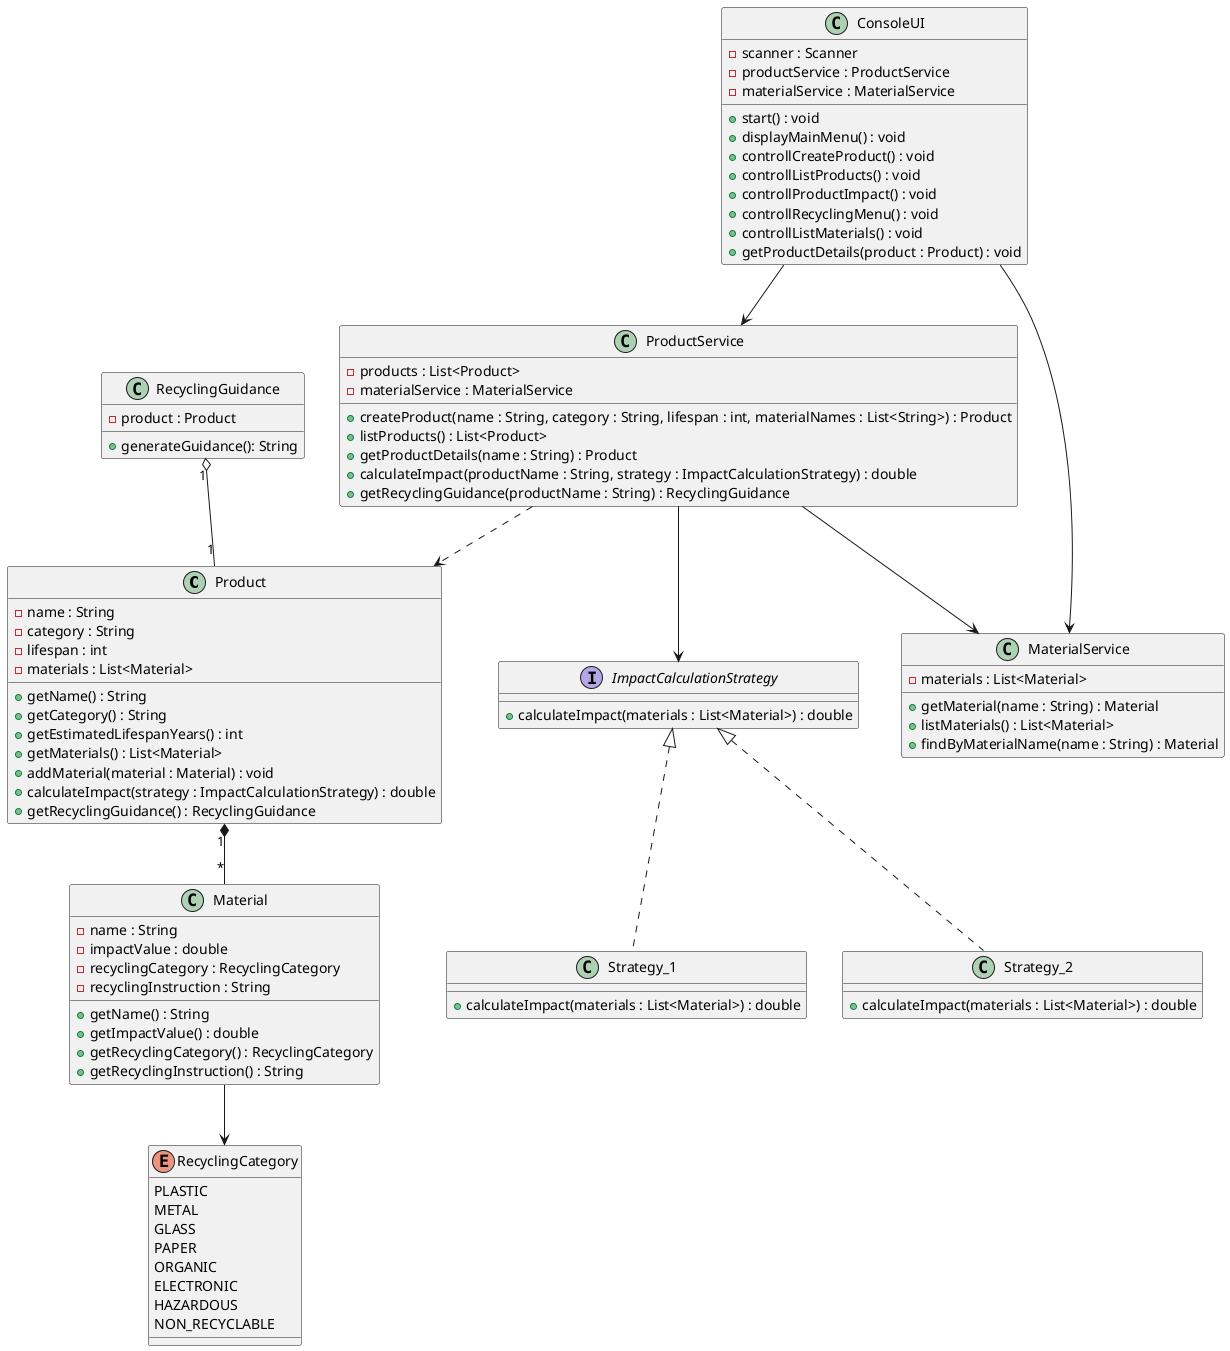
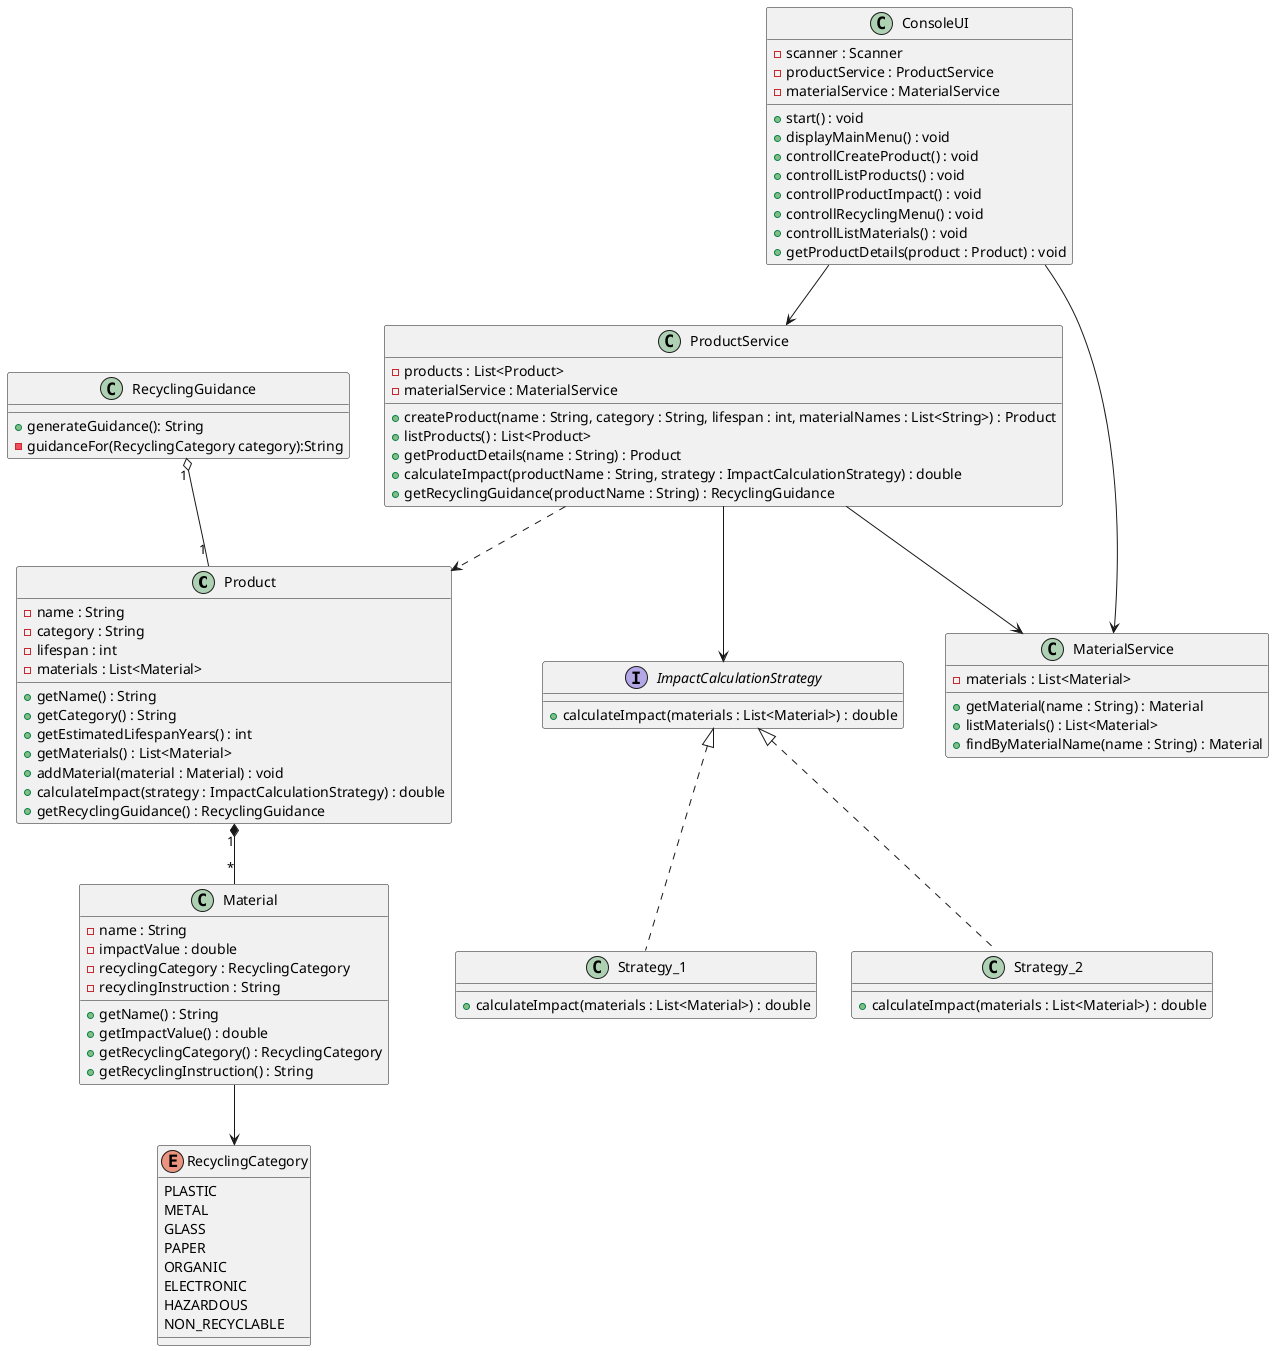
@startuml

class Product {
  - name : String
  - category : String
  - lifespan : int
  - materials : List<Material>
  + getName() : String
  + getCategory() : String
  + getEstimatedLifespanYears() : int
  + getMaterials() : List<Material>
  + addMaterial(material : Material) : void
  + calculateImpact(strategy : ImpactCalculationStrategy) : double
  + getRecyclingGuidance() : RecyclingGuidance
}

class Material {
  - name : String
  - impactValue : double
  - recyclingCategory : RecyclingCategory
  - recyclingInstruction : String
  + getName() : String
  + getImpactValue() : double
  + getRecyclingCategory() : RecyclingCategory
  + getRecyclingInstruction() : String
}

enum RecyclingCategory {
  PLASTIC
  METAL
  GLASS
  PAPER
  ORGANIC
  ELECTRONIC
  HAZARDOUS
  NON_RECYCLABLE
}

class RecyclingGuidance {
-   - product : Product
  + generateGuidance(): String
+   - guidanceFor(RecyclingCategory category):String
}

Product "1" *-- "*" Material
Material --> RecyclingCategory
RecyclingGuidance "1" o-- "1" Product


interface ImpactCalculationStrategy {
  + calculateImpact(materials : List<Material>) : double
}

class Strategy_1 {
  + calculateImpact(materials : List<Material>) : double
}

class Strategy_2 {
  + calculateImpact(materials : List<Material>) : double
}

ImpactCalculationStrategy <|.. Strategy_1
ImpactCalculationStrategy <|.. Strategy_2


class ProductService {
  - products : List<Product>
  - materialService : MaterialService
  + createProduct(name : String, category : String, lifespan : int, materialNames : List<String>) : Product
  + listProducts() : List<Product>
  + getProductDetails(name : String) : Product
  + calculateImpact(productName : String, strategy : ImpactCalculationStrategy) : double
  + getRecyclingGuidance(productName : String) : RecyclingGuidance
}

class MaterialService {
  - materials : List<Material>
  + getMaterial(name : String) : Material
  + listMaterials() : List<Material>
  + findByMaterialName(name : String) : Material
}

ProductService --> ImpactCalculationStrategy
ProductService ..> Product
ProductService --> MaterialService


class ConsoleUI {
  - scanner : Scanner
  - productService : ProductService
  - materialService : MaterialService
  + start() : void
  + displayMainMenu() : void
  + controllCreateProduct() : void
  + controllListProducts() : void
  + controllProductImpact() : void
  + controllRecyclingMenu() : void
  + controllListMaterials() : void
  + getProductDetails(product : Product) : void
}

ConsoleUI --> ProductService
ConsoleUI --> MaterialService

@enduml